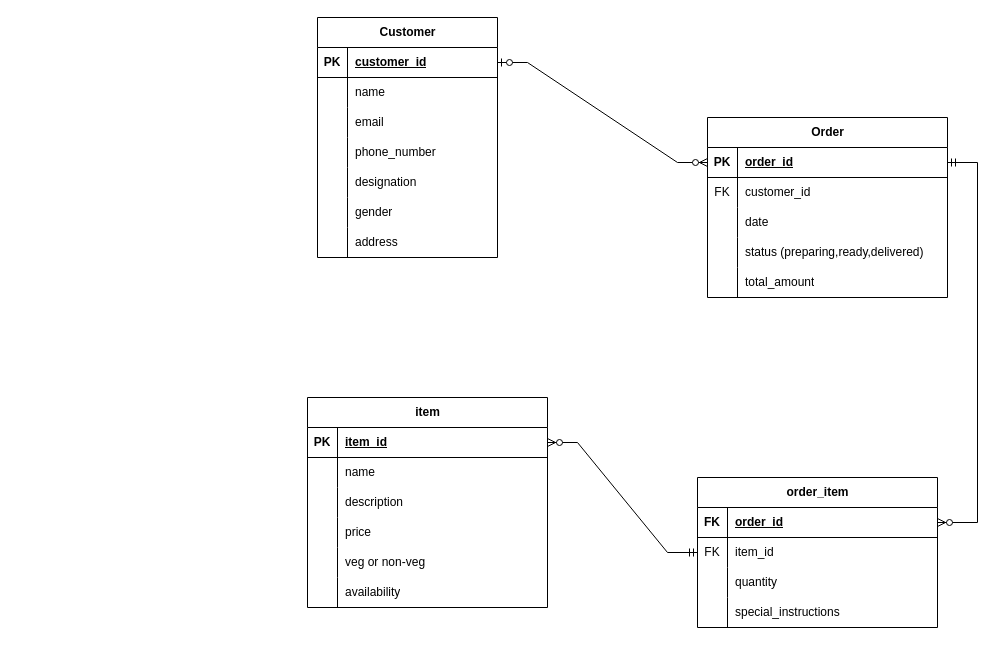
tenze21/Food-ordering-web-app keeps this draw.io diagram as Database/ERD.drawio. Above is the earlier version. Source tidied: cells renumbered, new cells numbered last; positions are measured from the earlier drawing's top-left corner, leaving out a move shared by most shapes. Both pictures are drawn from the tidied source at 100%, with x=0, y=0 at pixel (307, 17).
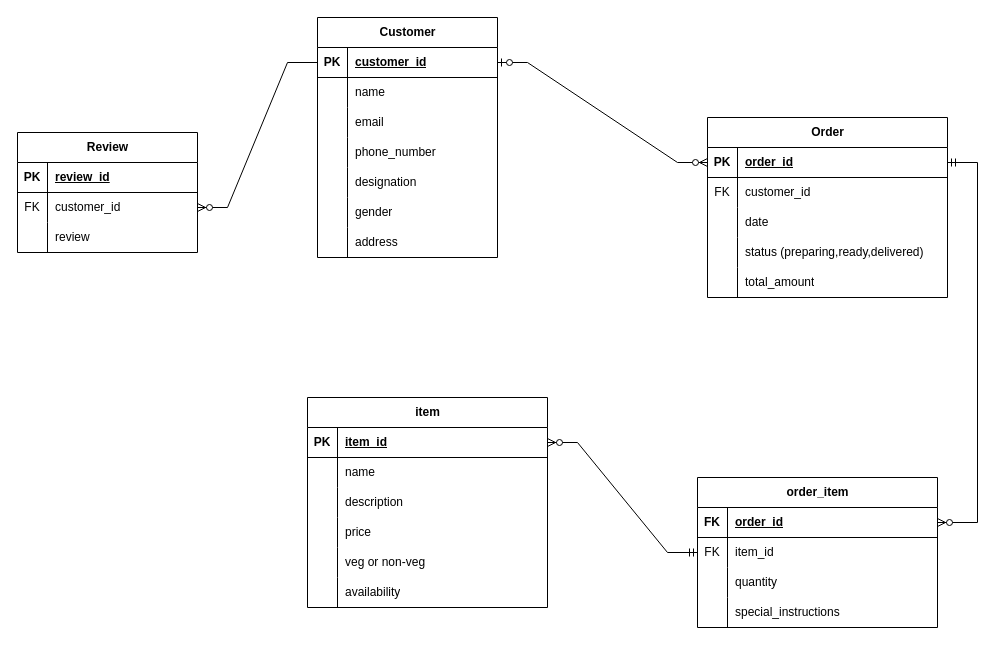
The same diagram, later.

The change refers to these unchanged cells:
```xml
<mxCell id="3" style="shape=tableRow;horizontal=0;startSize=0;swimlaneHead=0;swimlaneBody=0;fillColor=none;points=[[0,0.5],[1,0.5]];portConstraint=eastwest;top=0;left=0;right=0;bottom=1;" parent="2" vertex="1">
  <mxGeometry y="30" width="180" height="30" as="geometry" />
</mxCell>
```

Diff of the diagram source:
```diff
@@
+    <mxCell id="75" value="Review" style="shape=table;startSize=30;childLayout=tableLayout;rowLines=0;fontStyle=1;align=center;html=1;" parent="1" vertex="1">
+      <mxGeometry x="-290" y="115" width="180" height="120" as="geometry" />
+    </mxCell>
+    <mxCell id="76" style="shape=tableRow;horizontal=0;startSize=0;swimlaneHead=0;swimlaneBody=0;fillColor=none;top=0;left=0;right=0;bottom=1;" parent="75" vertex="1">
+      <mxGeometry y="30" width="180" height="30" as="geometry" />
+    </mxCell>
+    <mxCell id="77" value="PK" style="shape=partialRectangle;fillColor=none;top=0;left=0;bottom=0;right=0;fontStyle=1;overflow=hidden;whiteSpace=wrap;html=1;" parent="76" vertex="1">
+      <mxGeometry width="30" height="30" as="geometry" />
+    </mxCell>
+    <mxCell id="78" value="review_id" style="shape=partialRectangle;fillColor=none;top=0;left=0;bottom=0;right=0;align=left;spacingLeft=6;fontStyle=5;overflow=hidden;whiteSpace=wrap;html=1;" parent="76" vertex="1">
+      <mxGeometry x="30" width="150" height="30" as="geometry" />
+    </mxCell>
+    <mxCell id="79" style="shape=tableRow;horizontal=0;startSize=0;swimlaneHead=0;swimlaneBody=0;fillColor=none;points=[[0,0.5],[1,0.5]];portConstraint=eastwest;top=0;left=0;right=0;bottom=0;" parent="75" vertex="1">
+      <mxGeometry y="60" width="180" height="30" as="geometry" />
+    </mxCell>
+    <mxCell id="80" value="FK" style="shape=partialRectangle;fillColor=none;top=0;left=0;bottom=0;right=0;overflow=hidden;whiteSpace=wrap;html=1;" parent="79" vertex="1">
+      <mxGeometry width="30" height="30" as="geometry" />
+    </mxCell>
+    <mxCell id="81" value="customer_id" style="shape=partialRectangle;fillColor=none;top=0;left=0;bottom=0;right=0;align=left;spacingLeft=6;overflow=hidden;whiteSpace=wrap;html=1;" parent="79" vertex="1">
+      <mxGeometry x="30" width="150" height="30" as="geometry" />
+    </mxCell>
+    <mxCell id="82" style="shape=tableRow;horizontal=0;startSize=0;swimlaneHead=0;swimlaneBody=0;fillColor=none;top=0;left=0;right=0;bottom=0;" parent="75" vertex="1">
+      <mxGeometry y="90" width="180" height="30" as="geometry" />
+    </mxCell>
+    <mxCell id="83" style="shape=partialRectangle;fillColor=none;top=0;left=0;bottom=0;right=0;overflow=hidden;whiteSpace=wrap;html=1;" parent="82" vertex="1">
+      <mxGeometry width="30" height="30" as="geometry" />
+    </mxCell>
+    <mxCell id="84" value="review" style="shape=partialRectangle;fillColor=none;top=0;left=0;bottom=0;right=0;align=left;spacingLeft=6;overflow=hidden;whiteSpace=wrap;html=1;" parent="82" vertex="1">
+      <mxGeometry x="30" width="150" height="30" as="geometry" />
+    </mxCell>
+    <mxCell id="85" style="edgeStyle=entityRelationEdgeStyle;fontSize=12;html=1;endArrow=ERzeroToMany;endFill=1;rounded=0;exitX=0;exitY=0.5;exitDx=0;exitDy=0;entryX=1;entryY=0.5;entryDx=0;entryDy=0;" parent="1" edge="1" source="3" target="79">
+      <mxGeometry relative="1" as="geometry" />
+    </mxCell>
```
